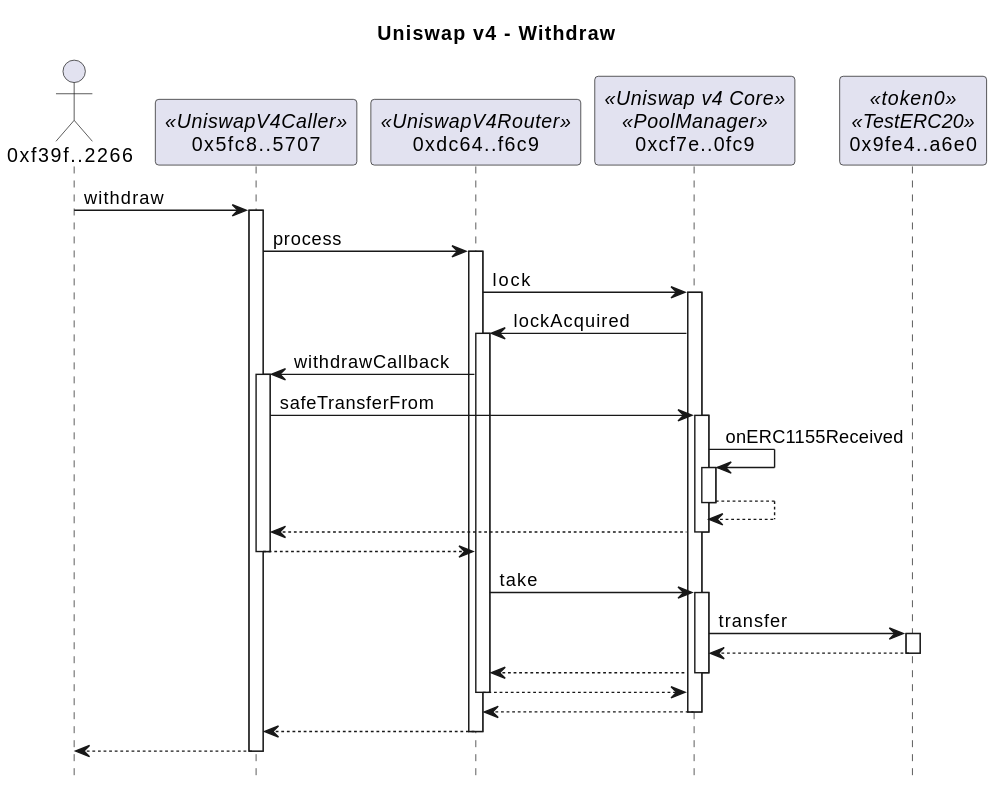
Above: docs/withdrawSummary.svg in naddison36/uniswap-v4-hooks (PlantUML), before the change.
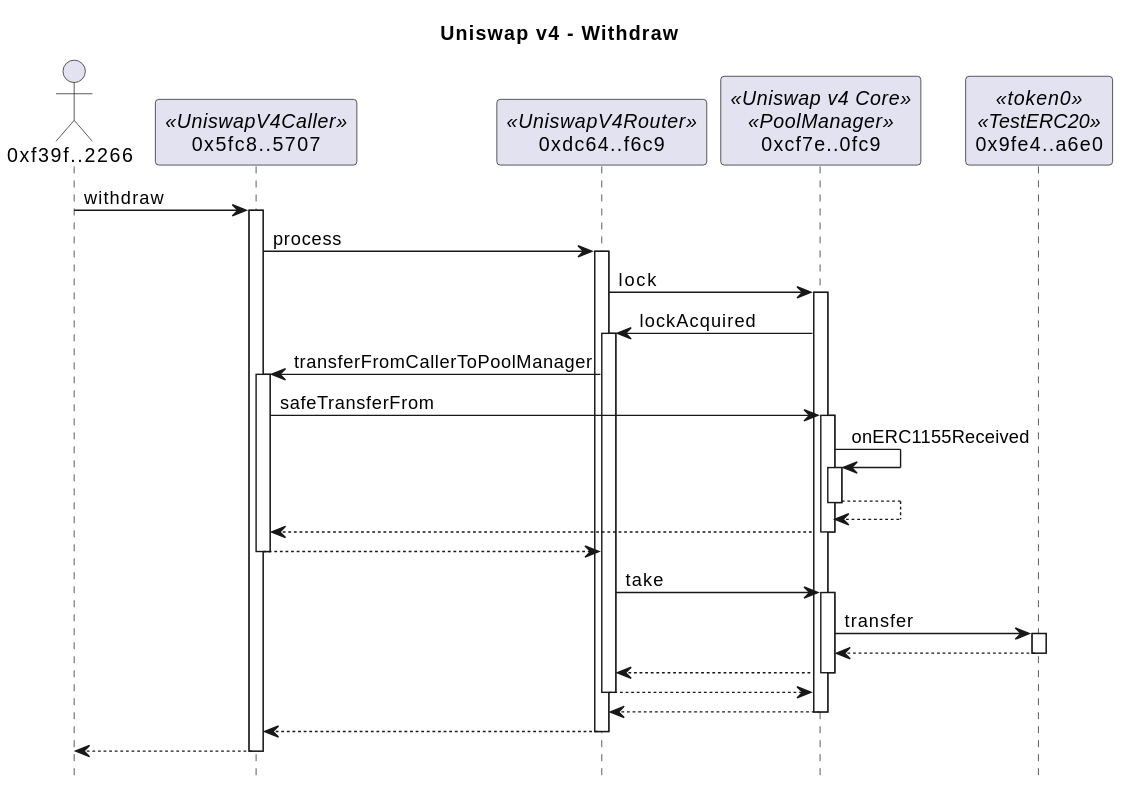
Above is the later version.

What changed in the source:
```diff
@@ -16,7 +16,7 @@
 activate cf7e0fc9
 cf7e0fc9 -> dc64f6c9: lockAcquired
 activate dc64f6c9
-dc64f6c9 -> 5fc85707: withdrawCallback
+dc64f6c9 -> 5fc85707: transferFromCallerToPoolManager
 activate 5fc85707
 5fc85707 -> cf7e0fc9: safeTransferFrom
 activate cf7e0fc9
```
